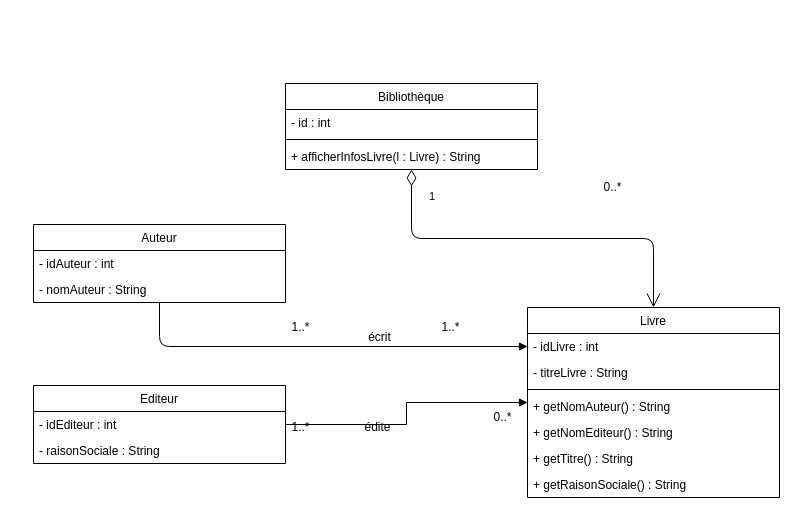
Above: page "Exo1" (1 of 8) of DM3.drawio in adambdj/uml (draw.io), before the change. Source tidied: cells renumbered, new cells numbered last; positions are measured from the earlier drawing's top-left corner, leaving out a move shared by most shapes. Both pictures are drawn from the tidied source at 100%, with x=0, y=0 at pixel (33, 83).
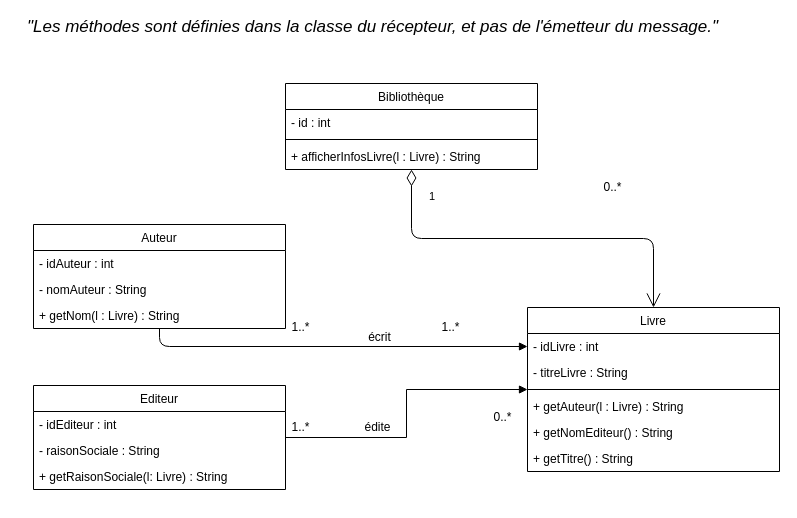
After the change.

Diff of the diagram source:
```diff
@@
     <mxCell id="16" value="Livre" style="swimlane;fontStyle=0;horizontal=1;startSize=26;fillColor=none;" parent="1" vertex="1">
-      <mxGeometry x="494" y="224" width="252" height="190" as="geometry" />
+      <mxGeometry x="494" y="224" width="252" height="164" as="geometry" />
     </mxCell>
@@
-    <mxCell id="20" value="+ getNomAuteur() : String" style="text;strokeColor=none;fillColor=none;align=left;verticalAlign=top;spacingLeft=4;spacingRight=4;overflow=hidden;" parent="16" vertex="1">
-      <mxGeometry y="86" width="252" height="26" as="geometry" />
-    </mxCell>
+    <mxCell id="30" value="+ getAuteur(l : Livre) : String" style="text;strokeColor=none;fillColor=none;align=left;verticalAlign=top;spacingLeft=4;spacingRight=4;overflow=hidden;" parent="16" vertex="1">
+      <mxGeometry y="86" width="252" height="26" as="geometry" />
+    </mxCell>
@@
-    <mxCell id="23" value="+ getRaisonSociale() : String" style="text;strokeColor=none;fillColor=none;align=left;verticalAlign=top;spacingLeft=4;spacingRight=4;overflow=hidden;" parent="16" vertex="1">
-      <mxGeometry y="164" width="252" height="26" as="geometry" />
-    </mxCell>
     <mxCell id="24" value="Auteur" style="swimlane;fontStyle=0;horizontal=1;startSize=26;fillColor=none;" parent="1" vertex="1">
-      <mxGeometry y="141" width="252" height="78" as="geometry" />
+      <mxGeometry y="141" width="252" height="104" as="geometry" />
     </mxCell>
@@
+    <mxCell id="31" value="+ getNom(l : Livre) : String" style="text;strokeColor=none;fillColor=none;align=left;verticalAlign=top;spacingLeft=4;spacingRight=4;overflow=hidden;" parent="24" vertex="1">
+      <mxGeometry y="78" width="252" height="26" as="geometry" />
+    </mxCell>
     <mxCell id="27" value="Editeur" style="swimlane;fontStyle=0;horizontal=1;startSize=26;fillColor=none;" parent="1" vertex="1">
-      <mxGeometry y="302" width="252" height="78" as="geometry" />
+      <mxGeometry y="302" width="252" height="104" as="geometry" />
     </mxCell>
@@
+    <mxCell id="32" value="+ getRaisonSociale(l: Livre) : String" style="text;strokeColor=none;fillColor=none;align=left;verticalAlign=top;spacingLeft=4;spacingRight=4;overflow=hidden;" parent="27" vertex="1">
+      <mxGeometry y="78" width="252" height="26" as="geometry" />
+    </mxCell>
+    <mxCell id="33" value="&lt;font style=&quot;font-size: 17px&quot;&gt;&lt;i&gt;&quot;Les méthodes sont définies dans la classe du récepteur, et pas de l'émetteur du message.&quot;&lt;/i&gt;&lt;/font&gt;" style="text;html=1;align=center;verticalAlign=middle;" parent="1" vertex="1">
+      <mxGeometry x="-16" y="-66" width="710" height="20" as="geometry" />
+    </mxCell>
```
